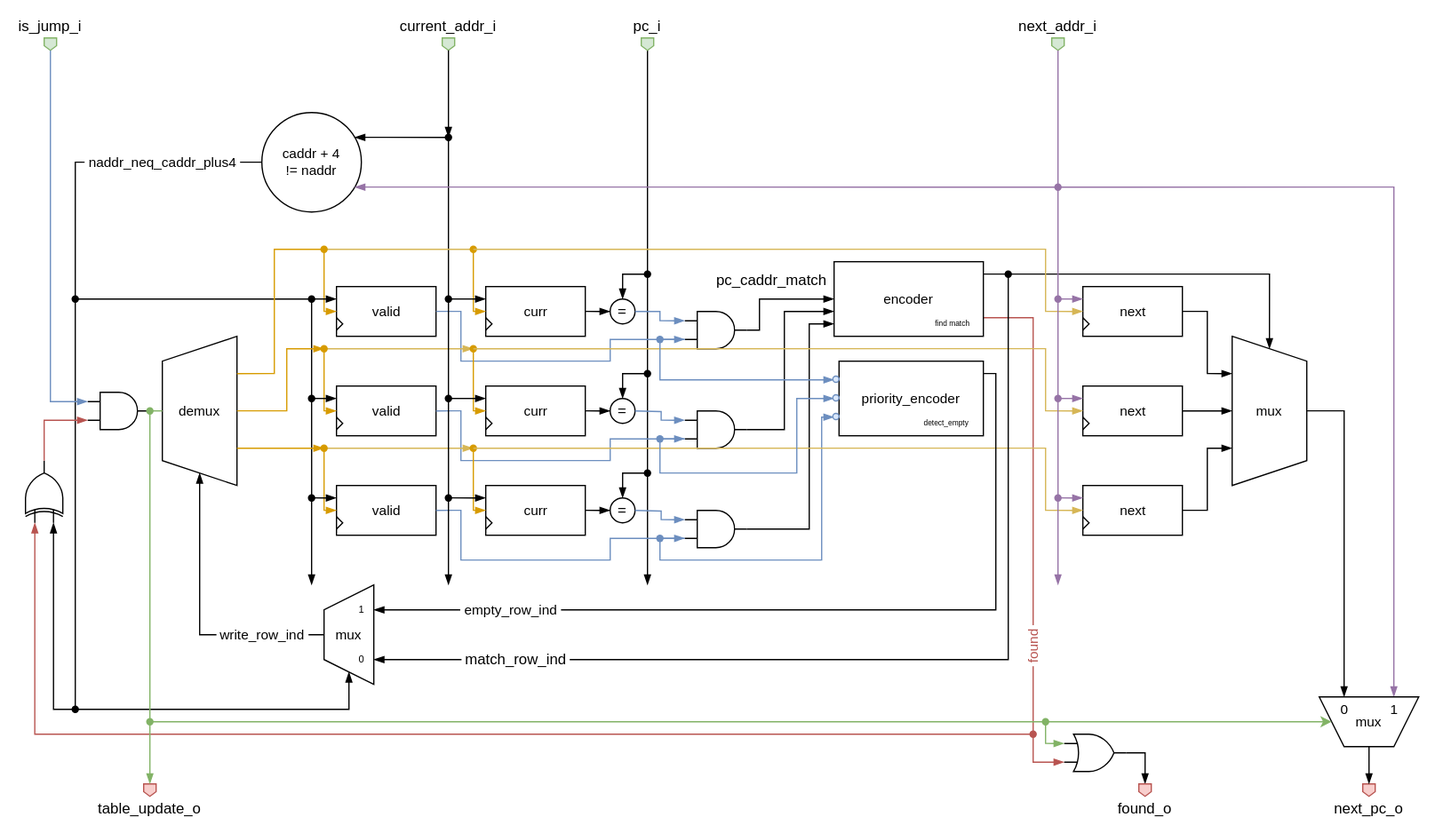
Earlier version of the draw.io export document/rtl/branch_target_buffer_des.svg (squared-studio/maverickOne). Source tidied: cells renumbered, new cells last; positions are measured from the earlier drawing's top-left corner, leaving out a move shared by most shapes.
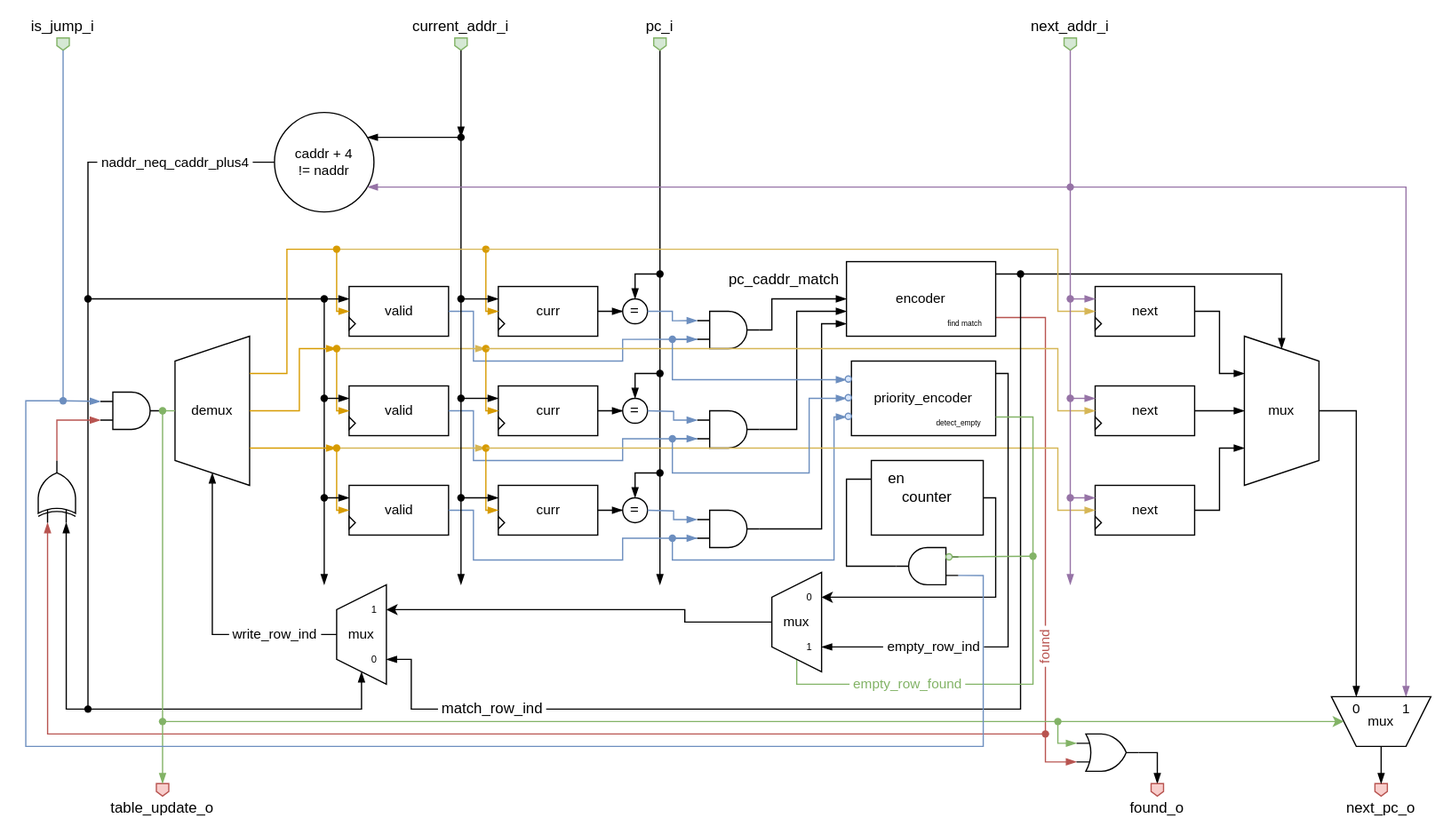
After the change.

Diff of the diagram source:
```diff
@@ -3,7 +3,7 @@
     <mxCell id="0" />
     <mxCell id="1" parent="0" />
     <mxCell id="2" style="whiteSpace=wrap;html=1;fontFamily=Helvetica;fontSize=11;fontColor=default;labelBackgroundColor=default;strokeColor=none;" parent="1" vertex="1">
-      <mxGeometry width="1160" height="670" as="geometry" />
+      <mxGeometry x="-10" width="1160" height="670" as="geometry" />
     </mxCell>
     <mxCell id="3" value="cur" style="group;" parent="1" vertex="1">
       <mxGeometry x="390" y="230" width="80" height="40" as="geometry" />
@@ -527,11 +527,11 @@
         </Array>
       </mxGeometry>
     </mxCell>
-    <mxCell id="125" value="&amp;nbsp;empty_row_ind&amp;nbsp;" style="edgeStyle=orthogonalEdgeStyle;shape=connector;rounded=0;jettySize=auto;html=1;entryX=0.75;entryY=1;entryDx=0;entryDy=0;strokeColor=default;align=center;verticalAlign=middle;fontFamily=Helvetica;fontSize=11;fontColor=default;labelBackgroundColor=default;endArrow=blockThin;endFill=1;" parent="1" edge="1" source="126" target="128">
-      <mxGeometry x="0.69" relative="1" as="geometry">
+    <mxCell id="125" value="&amp;nbsp;empty_row_ind&amp;nbsp;" style="edgeStyle=orthogonalEdgeStyle;shape=connector;rounded=0;jettySize=auto;html=1;entryX=0.25;entryY=1;entryDx=0;entryDy=0;strokeColor=default;align=center;verticalAlign=middle;fontFamily=Helvetica;fontSize=11;fontColor=default;labelBackgroundColor=default;endArrow=blockThin;endFill=1;" parent="1" edge="1" source="126" target="190">
+      <mxGeometry x="0.53" relative="1" as="geometry">
         <Array as="points">
           <mxPoint x="800" y="300" />
-          <mxPoint x="800" y="490" />
+          <mxPoint x="800" y="520" />
         </Array>
       </mxGeometry>
     </mxCell>
@@ -547,7 +547,9 @@
     <mxCell id="129" style="edgeStyle=orthogonalEdgeStyle;shape=connector;rounded=0;jettySize=auto;html=1;entryX=0.25;entryY=1;entryDx=0;entryDy=0;strokeColor=default;align=center;verticalAlign=middle;fontFamily=Helvetica;fontSize=11;fontColor=default;labelBackgroundColor=default;endArrow=blockThin;endFill=1;" parent="1" edge="1" source="131" target="128">
       <mxGeometry relative="1" as="geometry">
         <Array as="points">
-          <mxPoint x="810" y="530" />
+          <mxPoint x="810" y="570" />
+          <mxPoint x="320" y="570" />
+          <mxPoint x="320" y="530" />
         </Array>
       </mxGeometry>
     </mxCell>
@@ -620,6 +622,14 @@
     <mxCell id="146" value="is_jump_i&lt;div&gt;&lt;br&gt;&lt;/div&gt;&lt;div&gt;&lt;br&gt;&lt;/div&gt;" style="shape=offPageConnector;whiteSpace=wrap;html=1;fillColor=#d5e8d4;strokeColor=#82b366;" parent="1" vertex="1">
       <mxGeometry x="35" y="30" width="10" height="10" as="geometry" />
     </mxCell>
+    <mxCell id="185" style="edgeStyle=orthogonalEdgeStyle;rounded=0;jettySize=auto;html=1;exitX=0.5;exitY=0;exitDx=0;exitDy=0;entryX=0.75;entryY=1;entryDx=0;entryDy=0;" parent="1" edge="1" source="190" target="128">
+      <mxGeometry relative="1" as="geometry">
+        <Array as="points">
+          <mxPoint x="540" y="500" />
+          <mxPoint x="540" y="490" />
+        </Array>
+      </mxGeometry>
+    </mxCell>
     <mxCell id="147" value="1" style="text;html=1;align=center;verticalAlign=middle;strokeColor=none;fillColor=none;fontSize=8;" parent="1" vertex="1">
       <mxGeometry x="275" y="480" width="30" height="20" as="geometry" />
     </mxCell>
@@ -656,7 +666,7 @@
         <mxPoint x="120" y="330" as="targetPoint" />
       </mxGeometry>
     </mxCell>
-    <mxCell id="158" style="edgeStyle=orthogonalEdgeStyle;shape=connector;rounded=0;jettySize=auto;html=1;entryX=0;entryY=0.25;entryDx=0;entryDy=0;entryPerimeter=0;strokeColor=#6c8ebf;align=center;verticalAlign=middle;fontFamily=Helvetica;fontSize=11;fontColor=default;labelBackgroundColor=default;endArrow=blockThin;endFill=1;fillColor=#dae8fc;" parent="1" edge="1" source="146" target="156">
+    <mxCell id="158" style="edgeStyle=orthogonalEdgeStyle;shape=connector;rounded=0;jettySize=auto;html=1;entryX=0;entryY=0.25;entryDx=0;entryDy=0;entryPerimeter=0;strokeColor=#6c8ebf;align=center;verticalAlign=middle;fontFamily=Helvetica;fontSize=11;fontColor=default;labelBackgroundColor=default;endArrow=blockThin;endFill=1;fillColor=#dae8fc;" parent="1" edge="1" source="201" target="156">
       <mxGeometry relative="1" as="geometry">
         <Array as="points">
           <mxPoint x="40" y="322" />
@@ -758,5 +768,75 @@
     <mxCell id="184" style="shape=waypoint;sketch=0;size=6;fillColor=#dae8fc;perimeter=centerPerimeter;strokeColor=#6c8ebf;" parent="1" vertex="1">
       <mxGeometry x="520" y="262.5" width="20" height="20" as="geometry" />
     </mxCell>
+    <mxCell id="186" style="edgeStyle=orthogonalEdgeStyle;rounded=0;jettySize=auto;html=1;entryX=0.75;entryY=1;entryDx=0;entryDy=0;exitX=1;exitY=0.5;exitDx=0;exitDy=0;" parent="1" edge="1" source="187" target="190">
+      <mxGeometry relative="1" as="geometry">
+        <Array as="points">
+          <mxPoint x="790" y="400" />
+          <mxPoint x="790" y="480" />
+        </Array>
+      </mxGeometry>
+    </mxCell>
+    <mxCell id="187" value="counter" style="rounded=0;whiteSpace=wrap;html=1;" parent="1" vertex="1">
+      <mxGeometry x="690" y="370" width="90" height="60" as="geometry" />
+    </mxCell>
+    <mxCell id="188" value="en" style="text;html=1;align=center;verticalAlign=middle;strokeColor=none;fillColor=none;" parent="1" vertex="1">
+      <mxGeometry x="690" y="370" width="40" height="30" as="geometry" />
+    </mxCell>
+    <mxCell id="189" value="&amp;nbsp;empty_row_found&amp;nbsp;" style="edgeStyle=orthogonalEdgeStyle;rounded=0;jettySize=auto;html=1;endArrow=none;endFill=0;fillColor=#d5e8d4;strokeColor=#82b366;fontColor=light-dark(#82b366, #ededed);" parent="1" edge="1" source="190" target="192">
+      <mxGeometry x="-0.3" relative="1" as="geometry">
+        <Array as="points">
+          <mxPoint x="630" y="550" />
+          <mxPoint x="820" y="550" />
+        </Array>
+      </mxGeometry>
+    </mxCell>
+    <mxCell id="190" value="mux" style="shape=trapezoid;perimeter=trapezoidPerimeter;whiteSpace=wrap;html=1;fixedSize=1;fontFamily=Helvetica;fontSize=11;fontColor=default;labelBackgroundColor=default;direction=north;" parent="1" vertex="1">
+      <mxGeometry x="610" y="460" width="40" height="80" as="geometry" />
+    </mxCell>
+    <mxCell id="191" style="edgeStyle=orthogonalEdgeStyle;rounded=0;jettySize=auto;html=1;exitX=1;exitY=0.75;exitDx=0;exitDy=0;endArrow=none;endFill=0;entryDx=0;entryDy=0;fillColor=#d5e8d4;strokeColor=#82b366;" parent="1" edge="1" source="126" target="192">
+      <mxGeometry relative="1" as="geometry" />
+    </mxCell>
+    <mxCell id="192" style="shape=waypoint;sketch=0;size=6;points=[];fillColor=#d5e8d4;perimeter=centerPerimeter;snapToPoint=1;strokeColor=#82b366;" parent="1" vertex="1">
+      <mxGeometry x="810" y="437" width="20" height="20" as="geometry" />
+    </mxCell>
+    <mxCell id="193" value="0" style="text;html=1;align=center;verticalAlign=middle;strokeColor=none;fillColor=none;fontSize=8;" parent="1" vertex="1">
+      <mxGeometry x="625" y="470" width="30" height="20" as="geometry" />
+    </mxCell>
+    <mxCell id="194" value="1" style="text;html=1;align=center;verticalAlign=middle;strokeColor=none;fillColor=none;fontSize=8;" parent="1" vertex="1">
+      <mxGeometry x="625" y="510" width="30" height="20" as="geometry" />
+    </mxCell>
+    <mxCell id="195" style="edgeStyle=orthogonalEdgeStyle;rounded=0;jettySize=auto;html=1;entryX=0;entryY=0.25;entryDx=0;entryDy=0;endArrow=none;endFill=0;" parent="1" edge="1" source="196" target="187">
+      <mxGeometry relative="1" as="geometry">
+        <Array as="points">
+          <mxPoint x="670" y="455" />
+          <mxPoint x="670" y="385" />
+        </Array>
+      </mxGeometry>
+    </mxCell>
+    <mxCell id="196" style="verticalLabelPosition=bottom;shadow=0;dashed=0;align=center;html=1;verticalAlign=top;shape=mxgraph.electrical.logic_gates.logic_gate;operation=and;fontFamily=Helvetica;fontSize=11;fontColor=default;labelBackgroundColor=default;direction=west;" parent="1" vertex="1">
+      <mxGeometry x="710" y="440" width="50" height="30" as="geometry" />
+    </mxCell>
+    <mxCell id="197" style="ellipse;whiteSpace=wrap;html=1;fontFamily=Helvetica;fontSize=11;labelBackgroundColor=default;fillColor=#d5e8d4;strokeColor=#82b366;" parent="1" vertex="1">
+      <mxGeometry x="750" y="445" width="5" height="5" as="geometry" />
+    </mxCell>
+    <mxCell id="198" style="rounded=0;jettySize=auto;html=1;exitDx=0;exitDy=0;endArrow=none;endFill=0;entryX=1;entryY=0.5;entryDx=0;entryDy=0;fillColor=#d5e8d4;strokeColor=#82b366;" parent="1" edge="1" source="192" target="197">
+      <mxGeometry relative="1" as="geometry" />
+    </mxCell>
+    <mxCell id="199" style="edgeStyle=orthogonalEdgeStyle;shape=connector;rounded=0;jettySize=auto;html=1;entryDx=0;entryDy=0;entryPerimeter=0;strokeColor=#6c8ebf;align=center;verticalAlign=middle;fontFamily=Helvetica;fontSize=11;fontColor=default;labelBackgroundColor=default;endArrow=none;endFill=0;fillColor=#dae8fc;" parent="1" edge="1" source="146" target="201">
+      <mxGeometry relative="1" as="geometry" />
+    </mxCell>
+    <mxCell id="200" style="edgeStyle=orthogonalEdgeStyle;rounded=0;jettySize=auto;html=1;entryX=0;entryY=0.25;entryDx=0;entryDy=0;entryPerimeter=0;fillColor=#dae8fc;strokeColor=#6c8ebf;endArrow=none;endFill=0;" parent="1" edge="1" source="201" target="196">
+      <mxGeometry relative="1" as="geometry">
+        <Array as="points">
+          <mxPoint x="10" y="322" />
+          <mxPoint x="10" y="600" />
+          <mxPoint x="780" y="600" />
+          <mxPoint x="780" y="462" />
+        </Array>
+      </mxGeometry>
+    </mxCell>
+    <mxCell id="201" style="shape=waypoint;sketch=0;size=6;points=[];fillColor=#dae8fc;perimeter=centerPerimeter;snapToPoint=1;strokeColor=#6c8ebf;" parent="1" vertex="1">
+      <mxGeometry x="30" y="312" width="20" height="20" as="geometry" />
+    </mxCell>
   </root>
 </mxGraphModel>
```
